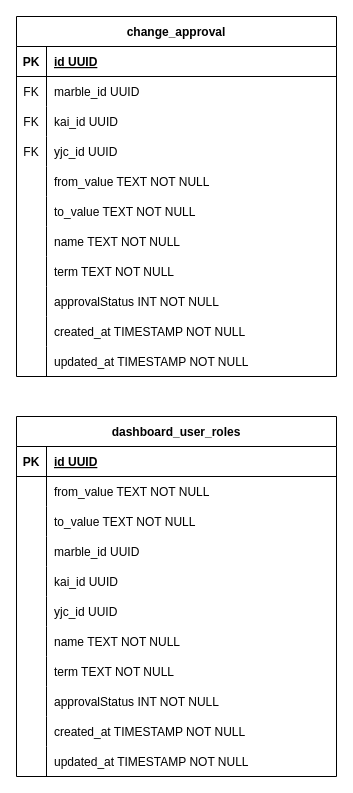
Earlier version of the draw.io diagram kai-game-control.drawio (wayneGoCode/drawio-diagrams). Source tidied: cells renumbered, new cells numbered last; positions are measured from the earlier drawing's top-left corner, leaving out a move shared by most shapes. Both pictures are drawn from the tidied source at 100%, with x=0, y=0 at pixel (16, 16).
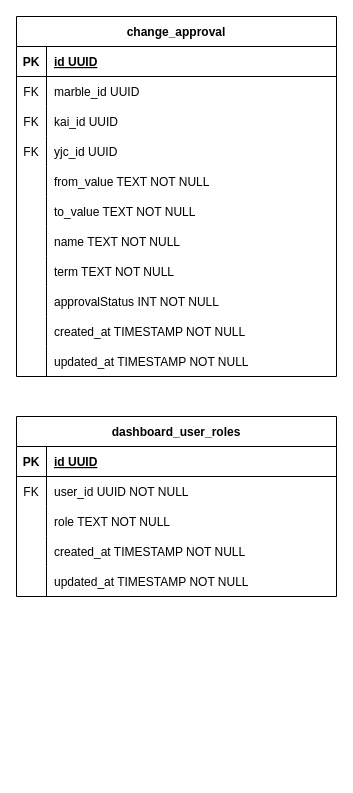
Above is the later version.

Change to the diagram source:
```diff
@@
     <mxCell id="36" value="dashboard_user_roles" style="shape=table;startSize=30;childLayout=tableLayout;rowLines=0;fontStyle=1;align=center;" parent="1" vertex="1">
-      <mxGeometry y="400" width="320" height="360" as="geometry" />
+      <mxGeometry y="400" width="320" height="180" as="geometry" />
     </mxCell>
@@
+    <mxCell id="46" style="shape=tableRow;horizontal=0;startSize=0;swimlaneHead=0;swimlaneBody=0;fillColor=none;strokeColor=inherit;top=0;left=0;right=0;bottom=0;" parent="36" vertex="1">
+      <mxGeometry y="60" width="320" height="30" as="geometry" />
+    </mxCell>
+    <mxCell id="47" value="FK" style="shape=partialRectangle;overflow=hidden;fillColor=none;strokeColor=inherit;top=0;left=0;bottom=0;right=0;" parent="46" vertex="1">
+      <mxGeometry width="30" height="30" as="geometry" />
+    </mxCell>
+    <mxCell id="48" value="user_id UUID NOT NULL" style="shape=partialRectangle;overflow=hidden;fillColor=none;align=left;strokeColor=inherit;top=0;left=0;bottom=0;right=0;spacingLeft=6;" parent="46" vertex="1">
+      <mxGeometry x="30" width="290" height="30" as="geometry" />
+    </mxCell>
     <mxCell id="40" style="shape=tableRow;horizontal=0;startSize=0;swimlaneHead=0;swimlaneBody=0;fillColor=none;strokeColor=inherit;top=0;left=0;right=0;bottom=0;" parent="36" vertex="1">
-      <mxGeometry y="60" width="320" height="30" as="geometry" />
+      <mxGeometry y="90" width="320" height="30" as="geometry" />
     </mxCell>
@@
-    <mxCell id="42" value="from_value TEXT NOT NULL" style="shape=partialRectangle;overflow=hidden;fillColor=none;align=left;strokeColor=inherit;top=0;left=0;bottom=0;right=0;spacingLeft=6;" parent="40" vertex="1">
+    <mxCell id="42" value="role TEXT NOT NULL" style="shape=partialRectangle;overflow=hidden;fillColor=none;align=left;strokeColor=inherit;top=0;left=0;bottom=0;right=0;spacingLeft=6;" parent="40" vertex="1">
       <mxGeometry x="30" width="290" height="30" as="geometry" />
     </mxCell>
-    <mxCell id="43" style="shape=tableRow;horizontal=0;startSize=0;swimlaneHead=0;swimlaneBody=0;fillColor=none;strokeColor=inherit;top=0;left=0;right=0;bottom=0;" parent="36" vertex="1">
-      <mxGeometry y="90" width="320" height="30" as="geometry" />
-    </mxCell>
-    <mxCell id="44" style="shape=partialRectangle;overflow=hidden;fillColor=none;strokeColor=inherit;top=0;left=0;bottom=0;right=0;" parent="43" vertex="1">
-      <mxGeometry width="30" height="30" as="geometry" />
-    </mxCell>
-    <mxCell id="45" value="to_value TEXT NOT NULL" style="shape=partialRectangle;overflow=hidden;fillColor=none;align=left;strokeColor=inherit;top=0;left=0;bottom=0;right=0;spacingLeft=6;" parent="43" vertex="1">
-      <mxGeometry x="30" width="290" height="30" as="geometry" />
-    </mxCell>
-    <mxCell id="46" style="shape=tableRow;horizontal=0;startSize=0;swimlaneHead=0;swimlaneBody=0;fillColor=none;strokeColor=inherit;top=0;left=0;right=0;bottom=0;" parent="36" vertex="1">
-      <mxGeometry y="120" width="320" height="30" as="geometry" />
-    </mxCell>
-    <mxCell id="47" style="shape=partialRectangle;overflow=hidden;fillColor=none;strokeColor=inherit;top=0;left=0;bottom=0;right=0;" parent="46" vertex="1">
-      <mxGeometry width="30" height="30" as="geometry" />
-    </mxCell>
-    <mxCell id="48" value="marble_id UUID" style="shape=partialRectangle;overflow=hidden;fillColor=none;align=left;strokeColor=inherit;top=0;left=0;bottom=0;right=0;spacingLeft=6;" parent="46" vertex="1">
-      <mxGeometry x="30" width="290" height="30" as="geometry" />
-    </mxCell>
-    <mxCell id="49" style="shape=tableRow;horizontal=0;startSize=0;swimlaneHead=0;swimlaneBody=0;fillColor=none;strokeColor=inherit;top=0;left=0;right=0;bottom=0;" parent="36" vertex="1">
-      <mxGeometry y="150" width="320" height="30" as="geometry" />
-    </mxCell>
-    <mxCell id="50" style="shape=partialRectangle;overflow=hidden;fillColor=none;strokeColor=inherit;top=0;left=0;bottom=0;right=0;" parent="49" vertex="1">
-      <mxGeometry width="30" height="30" as="geometry" />
-    </mxCell>
-    <mxCell id="51" value="kai_id UUID" style="shape=partialRectangle;overflow=hidden;fillColor=none;align=left;strokeColor=inherit;top=0;left=0;bottom=0;right=0;spacingLeft=6;" parent="49" vertex="1">
-      <mxGeometry x="30" width="290" height="30" as="geometry" />
-    </mxCell>
-    <mxCell id="52" style="shape=tableRow;horizontal=0;startSize=0;swimlaneHead=0;swimlaneBody=0;fillColor=none;strokeColor=inherit;top=0;left=0;right=0;bottom=0;" parent="36" vertex="1">
-      <mxGeometry y="180" width="320" height="30" as="geometry" />
-    </mxCell>
-    <mxCell id="53" style="shape=partialRectangle;overflow=hidden;fillColor=none;strokeColor=inherit;top=0;left=0;bottom=0;right=0;" parent="52" vertex="1">
-      <mxGeometry width="30" height="30" as="geometry" />
-    </mxCell>
-    <mxCell id="54" value="yjc_id UUID" style="shape=partialRectangle;overflow=hidden;fillColor=none;align=left;strokeColor=inherit;top=0;left=0;bottom=0;right=0;spacingLeft=6;" parent="52" vertex="1">
-      <mxGeometry x="30" width="290" height="30" as="geometry" />
-    </mxCell>
-    <mxCell id="55" style="shape=tableRow;horizontal=0;startSize=0;swimlaneHead=0;swimlaneBody=0;fillColor=none;strokeColor=inherit;top=0;left=0;right=0;bottom=0;" parent="36" vertex="1">
-      <mxGeometry y="210" width="320" height="30" as="geometry" />
-    </mxCell>
-    <mxCell id="56" style="shape=partialRectangle;overflow=hidden;fillColor=none;strokeColor=inherit;top=0;left=0;bottom=0;right=0;" parent="55" vertex="1">
-      <mxGeometry width="30" height="30" as="geometry" />
-    </mxCell>
-    <mxCell id="57" value="name TEXT NOT NULL" style="shape=partialRectangle;overflow=hidden;fillColor=none;align=left;strokeColor=inherit;top=0;left=0;bottom=0;right=0;spacingLeft=6;" parent="55" vertex="1">
-      <mxGeometry x="30" width="290" height="30" as="geometry" />
-    </mxCell>
-    <mxCell id="58" style="shape=tableRow;horizontal=0;startSize=0;swimlaneHead=0;swimlaneBody=0;fillColor=none;strokeColor=inherit;top=0;left=0;right=0;bottom=0;" parent="36" vertex="1">
-      <mxGeometry y="240" width="320" height="30" as="geometry" />
-    </mxCell>
-    <mxCell id="59" style="shape=partialRectangle;overflow=hidden;fillColor=none;strokeColor=inherit;top=0;left=0;bottom=0;right=0;" parent="58" vertex="1">
-      <mxGeometry width="30" height="30" as="geometry" />
-    </mxCell>
-    <mxCell id="60" value="term TEXT NOT NULL" style="shape=partialRectangle;overflow=hidden;fillColor=none;align=left;strokeColor=inherit;top=0;left=0;bottom=0;right=0;spacingLeft=6;" parent="58" vertex="1">
-      <mxGeometry x="30" width="290" height="30" as="geometry" />
-    </mxCell>
-    <mxCell id="61" style="shape=tableRow;horizontal=0;startSize=0;swimlaneHead=0;swimlaneBody=0;fillColor=none;strokeColor=inherit;top=0;left=0;right=0;bottom=0;" parent="36" vertex="1">
-      <mxGeometry y="270" width="320" height="30" as="geometry" />
-    </mxCell>
-    <mxCell id="62" style="shape=partialRectangle;overflow=hidden;fillColor=none;strokeColor=inherit;top=0;left=0;bottom=0;right=0;" parent="61" vertex="1">
-      <mxGeometry width="30" height="30" as="geometry" />
-    </mxCell>
-    <mxCell id="63" value="approvalStatus INT NOT NULL" style="shape=partialRectangle;overflow=hidden;fillColor=none;align=left;strokeColor=inherit;top=0;left=0;bottom=0;right=0;spacingLeft=6;" parent="61" vertex="1">
-      <mxGeometry x="30" width="290" height="30" as="geometry" />
-    </mxCell>
     <mxCell id="64" style="shape=tableRow;horizontal=0;startSize=0;swimlaneHead=0;swimlaneBody=0;fillColor=none;strokeColor=inherit;top=0;left=0;right=0;bottom=0;" parent="36" vertex="1">
-      <mxGeometry y="300" width="320" height="30" as="geometry" />
+      <mxGeometry y="120" width="320" height="30" as="geometry" />
     </mxCell>
@@
     <mxCell id="67" style="shape=tableRow;horizontal=0;startSize=0;swimlaneHead=0;swimlaneBody=0;fillColor=none;strokeColor=inherit;top=0;left=0;right=0;bottom=0;" parent="36" vertex="1">
-      <mxGeometry y="330" width="320" height="30" as="geometry" />
+      <mxGeometry y="150" width="320" height="30" as="geometry" />
     </mxCell>
```
